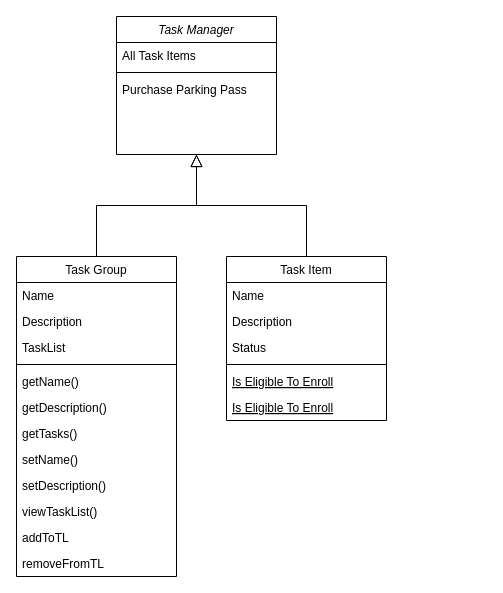
Before: Documentation/ClassDiagram.drawio in Ace272/Task-Manager-Application, a draw.io diagram. Source tidied: cells renumbered, new cells numbered last; positions are measured from the earlier drawing's top-left corner, leaving out a move shared by most shapes. Both pictures are drawn from the tidied source at 100%, with x=0, y=0 at pixel (16, 16).
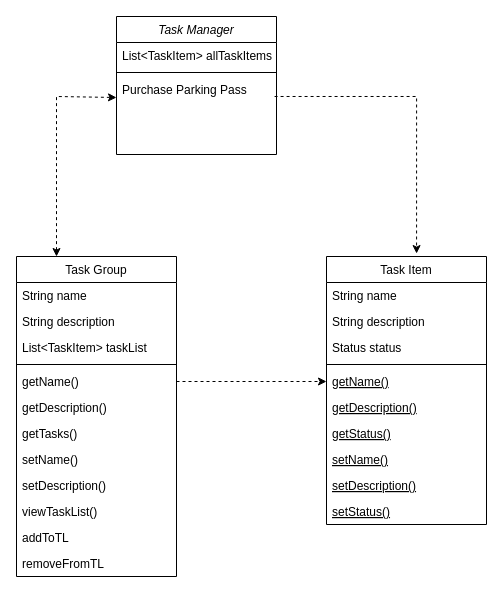
The same diagram, later.

Unchanged cells that the change refers to:
```xml
<mxCell id="2" value="Task Manager" style="swimlane;fontStyle=2;align=center;verticalAlign=top;horizontal=1;startSize=26;rounded=0;shadow=0;strokeWidth=1;" parent="1" vertex="1">
  <mxGeometry x="100" width="160" height="138" as="geometry" />
</mxCell>
<mxCell id="5" value="Purchase Parking Pass" style="text;align=left;verticalAlign=top;spacingLeft=4;spacingRight=4;overflow=hidden;points=[[0,0.5],[1,0.5]];portConstraint=eastwest;" parent="2" vertex="1">
  <mxGeometry y="60" width="160" height="26" as="geometry" />
</mxCell>
<mxCell id="6" value="Task Group" style="swimlane;fontStyle=0;align=center;verticalAlign=top;horizontal=1;startSize=26;rounded=0;shadow=0;strokeWidth=1;" parent="1" vertex="1">
  <mxGeometry y="240" width="160" height="320" as="geometry" />
</mxCell>
<mxCell id="11" value="getName()" style="text;align=left;verticalAlign=top;spacingLeft=4;spacingRight=4;overflow=hidden;points=[[0,0.5],[1,0.5]];portConstraint=eastwest;" parent="6" vertex="1">
  <mxGeometry y="112" width="160" height="26" as="geometry" />
</mxCell>
```

The edit, as a diff of the source:
```diff
@@
-    <mxCell id="3" value="All Task Items" style="text;align=left;verticalAlign=top;spacingLeft=4;spacingRight=4;overflow=hidden;" parent="2" vertex="1">
+    <mxCell id="3" value="List&lt;TaskItem&gt; allTaskItems" style="text;align=left;verticalAlign=top;spacingLeft=4;spacingRight=4;overflow=hidden;" parent="2" vertex="1">
       <mxGeometry y="26" width="160" height="26" as="geometry" />
     </mxCell>
@@
-    <mxCell id="7" value="Name" style="text;align=left;verticalAlign=top;spacingLeft=4;spacingRight=4;overflow=hidden;" parent="6" vertex="1">
+    <mxCell id="7" value="String name" style="text;align=left;verticalAlign=top;spacingLeft=4;spacingRight=4;overflow=hidden;" parent="6" vertex="1">
       <mxGeometry y="26" width="160" height="26" as="geometry" />
     </mxCell>
-    <mxCell id="8" value="Description" style="text;align=left;verticalAlign=top;spacingLeft=4;spacingRight=4;overflow=hidden;rounded=0;shadow=0;html=0;" parent="6" vertex="1">
+    <mxCell id="8" value="String description" style="text;align=left;verticalAlign=top;spacingLeft=4;spacingRight=4;overflow=hidden;rounded=0;shadow=0;html=0;" parent="6" vertex="1">
       <mxGeometry y="52" width="160" height="26" as="geometry" />
     </mxCell>
-    <mxCell id="9" value="TaskList" style="text;align=left;verticalAlign=top;spacingLeft=4;spacingRight=4;overflow=hidden;rounded=0;shadow=0;html=0;" parent="6" vertex="1">
+    <mxCell id="9" value="List&lt;TaskItem&gt; taskList" style="text;align=left;verticalAlign=top;spacingLeft=4;spacingRight=4;overflow=hidden;rounded=0;shadow=0;html=0;" parent="6" vertex="1">
       <mxGeometry y="78" width="160" height="26" as="geometry" />
     </mxCell>
@@
-    <mxCell id="19" style="endArrow=block;endSize=10;endFill=0;shadow=0;strokeWidth=1;rounded=0;edgeStyle=elbowEdgeStyle;elbow=vertical;" parent="1" edge="1" source="6" target="2">
-      <mxGeometry relative="1" as="geometry" />
-    </mxCell>
     <mxCell id="20" value="Task Item" style="swimlane;fontStyle=0;align=center;verticalAlign=top;horizontal=1;startSize=26;rounded=0;shadow=0;strokeWidth=1;" parent="1" vertex="1">
-      <mxGeometry x="210" y="240" width="160" height="164" as="geometry" />
+      <mxGeometry x="310" y="240" width="160" height="268" as="geometry" />
     </mxCell>
-    <mxCell id="21" value="Name" style="text;align=left;verticalAlign=top;spacingLeft=4;spacingRight=4;overflow=hidden;" parent="20" vertex="1">
+    <mxCell id="21" value="String name" style="text;align=left;verticalAlign=top;spacingLeft=4;spacingRight=4;overflow=hidden;" parent="20" vertex="1">
       <mxGeometry y="26" width="160" height="26" as="geometry" />
     </mxCell>
-    <mxCell id="22" value="Description" style="text;align=left;verticalAlign=top;spacingLeft=4;spacingRight=4;overflow=hidden;" parent="20" vertex="1">
+    <mxCell id="22" value="String description" style="text;align=left;verticalAlign=top;spacingLeft=4;spacingRight=4;overflow=hidden;" parent="20" vertex="1">
       <mxGeometry y="52" width="160" height="26" as="geometry" />
     </mxCell>
-    <mxCell id="23" value="Status" style="text;align=left;verticalAlign=top;spacingLeft=4;spacingRight=4;overflow=hidden;" parent="20" vertex="1">
+    <mxCell id="23" value="Status status" style="text;align=left;verticalAlign=top;spacingLeft=4;spacingRight=4;overflow=hidden;" parent="20" vertex="1">
       <mxGeometry y="78" width="160" height="26" as="geometry" />
     </mxCell>
@@
-    <mxCell id="25" value="Is Eligible To Enroll" style="text;align=left;verticalAlign=top;spacingLeft=4;spacingRight=4;overflow=hidden;points=[[0,0.5],[1,0.5]];portConstraint=eastwest;fontStyle=4;" parent="20" vertex="1">
+    <mxCell id="25" value="getName()" style="text;align=left;verticalAlign=top;spacingLeft=4;spacingRight=4;overflow=hidden;points=[[0,0.5],[1,0.5]];portConstraint=eastwest;fontStyle=4;" parent="20" vertex="1">
       <mxGeometry y="112" width="160" height="26" as="geometry" />
     </mxCell>
-    <mxCell id="26" value="Is Eligible To Enroll" style="text;align=left;verticalAlign=top;spacingLeft=4;spacingRight=4;overflow=hidden;fontStyle=4;" parent="20" vertex="1">
+    <mxCell id="26" value="getDescription()" style="text;align=left;verticalAlign=top;spacingLeft=4;spacingRight=4;overflow=hidden;fontStyle=4;" parent="20" vertex="1">
       <mxGeometry y="138" width="160" height="26" as="geometry" />
     </mxCell>
-    <mxCell id="27" style="endArrow=block;endSize=10;endFill=0;shadow=0;strokeWidth=1;rounded=0;edgeStyle=elbowEdgeStyle;elbow=vertical;" parent="1" edge="1" source="20" target="2">
-      <mxGeometry relative="1" as="geometry" />
-    </mxCell>
+    <mxCell id="28" value="getStatus()" style="text;align=left;verticalAlign=top;spacingLeft=4;spacingRight=4;overflow=hidden;fontStyle=4;" parent="20" vertex="1">
+      <mxGeometry y="164" width="160" height="26" as="geometry" />
+    </mxCell>
+    <mxCell id="29" value="setName()" style="text;align=left;verticalAlign=top;spacingLeft=4;spacingRight=4;overflow=hidden;fontStyle=4;" parent="20" vertex="1">
+      <mxGeometry y="190" width="160" height="26" as="geometry" />
+    </mxCell>
+    <mxCell id="30" value="setDescription()" style="text;align=left;verticalAlign=top;spacingLeft=4;spacingRight=4;overflow=hidden;fontStyle=4;" parent="20" vertex="1">
+      <mxGeometry y="216" width="160" height="26" as="geometry" />
+    </mxCell>
+    <mxCell id="31" value="setStatus()" style="text;align=left;verticalAlign=top;spacingLeft=4;spacingRight=4;overflow=hidden;fontStyle=4;" parent="20" vertex="1">
+      <mxGeometry y="242" width="160" height="26" as="geometry" />
+    </mxCell>
+    <mxCell id="32" style="endArrow=classic;startArrow=classic;html=1;rounded=0;exitX=0.25;exitY=0;exitDx=0;exitDy=0;entryX=0;entryY=0.808;entryDx=0;entryDy=0;entryPerimeter=0;dashed=1;" parent="1" edge="1" source="6" target="5">
+      <mxGeometry relative="1" as="geometry">
+        <Array as="points">
+          <mxPoint x="40" y="80" />
+        </Array>
+      </mxGeometry>
+    </mxCell>
+    <mxCell id="33" style="edgeStyle=orthogonalEdgeStyle;rounded=0;jettySize=auto;html=1;exitX=0.988;exitY=0.769;exitDx=0;exitDy=0;entryX=0.563;entryY=-0.011;entryDx=0;entryDy=0;entryPerimeter=0;exitPerimeter=0;dashed=1;" parent="1" edge="1" source="5" target="20">
+      <mxGeometry relative="1" as="geometry" />
+    </mxCell>
+    <mxCell id="34" style="edgeStyle=orthogonalEdgeStyle;rounded=0;jettySize=auto;html=1;exitX=1;exitY=0.5;exitDx=0;exitDy=0;entryX=0;entryY=0.5;entryDx=0;entryDy=0;dashed=1;" parent="1" edge="1" source="11" target="25">
+      <mxGeometry relative="1" as="geometry" />
+    </mxCell>
```
